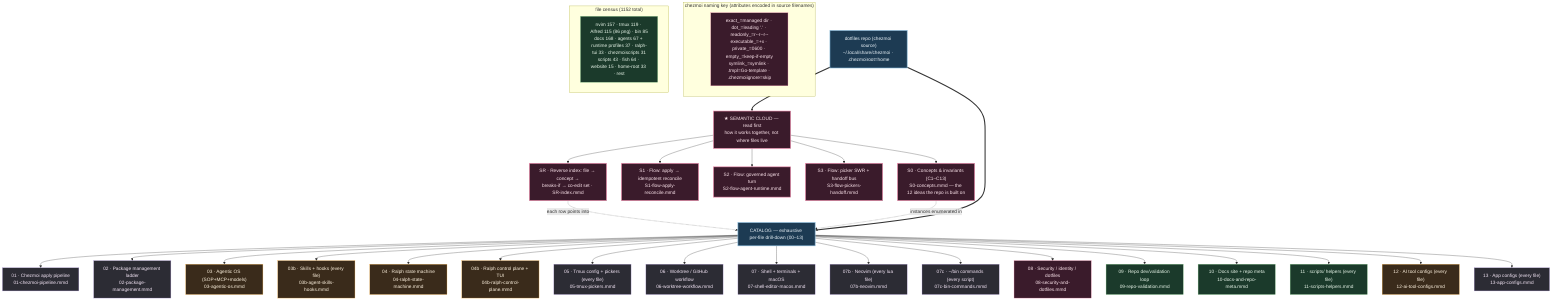
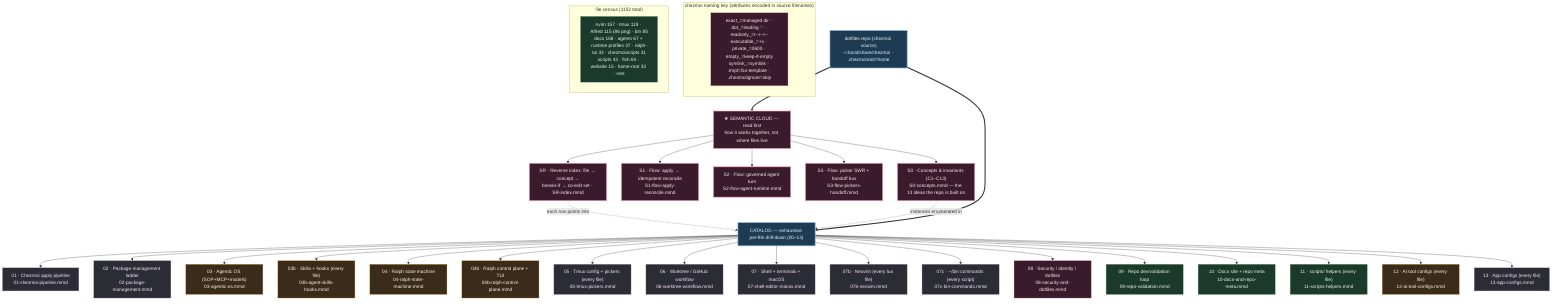
%% ============================================================================
%% 00-overview.mmd — Master navigation map for kapral18/dotfiles
%% TWO LAYERS:
%%   SEMANTIC CLOUD (read first) — how the system THINKS: concepts+invariants
%%     (S0), cross-cutting flows (S1/S2/S3), and a reverse index (SR) that maps
%%     any file to its concept, blast radius, and co-edit set.
%%   CATALOG (drill-down) — how the system is LAID OUT: 00-13 enumerate every
%%     one of the 1152 tracked files by exact chezmoi source path.
%% `home/` is chezmoi source deployed to $HOME; scripts/tools/website/docs are
%% repo-side (NOT deployed). Each node → a deeper .mmd.
%% ============================================================================
graph TD
    classDef entry fill:#1d3b53,stroke:#7fb3d5,color:#eaf2f8,stroke-width:2px;
    classDef sys fill:#2c2c34,stroke:#b39ddb,color:#f3e5f5;
    classDef ai fill:#3a2b1b,stroke:#ffb74d,color:#fff3e0;
    classDef repo fill:#1b3a2b,stroke:#81c784,color:#e8f5e9;
    classDef data fill:#3a1b2b,stroke:#f48fb1,color:#fce4ec;
    classDef sem fill:#3a1b2b,stroke:#f48fb1,color:#fce4ec,stroke-width:2px;

    ROOT["dotfiles repo (chezmoi source)<br/>~/.local/share/chezmoi · .chezmoiroot=home"]:::entry

    %% ---- SEMANTIC LAYER (read before the catalog) --------------------------
    ROOT ==> SEMHEAD["★ SEMANTIC CLOUD — read first<br/>how it works together, not where files live"]:::sem
-     SEMHEAD --> S0["S0 · Concepts & invariants (C1–C13)<br/>S0-concepts.mmd — the 12 ideas the repo is built on"]:::sem
+     SEMHEAD --> S0["S0 · Concepts & invariants (C1–C13)<br/>S0-concepts.mmd — the 13 ideas the repo is built on"]:::sem
    SEMHEAD --> S1["S1 · Flow: apply → idempotent reconcile<br/>S1-flow-apply-reconcile.mmd"]:::sem
    SEMHEAD --> S2["S2 · Flow: governed agent turn<br/>S2-flow-agent-runtime.mmd"]:::sem
    SEMHEAD --> S3["S3 · Flow: picker SWR + handoff bus<br/>S3-flow-pickers-handoff.mmd"]:::sem
    SEMHEAD --> SR["SR · Reverse index: file → concept →<br/>breaks-if → co-edit set · SR-index.mmd"]:::sem
    SR -. "each row points into" .-> CATHEAD
    S0 -. "instances enumerated in" .-> CATHEAD

    %% ---- CATALOG LAYER (exhaustive per-file drill-down) --------------------
    ROOT ==> CATHEAD["CATALOG — exhaustive per-file drill-down (00–13)"]:::entry

    CATHEAD --> CZ["01 · Chezmoi apply pipeline<br/>01-chezmoi-pipeline.mmd"]:::sys
    CATHEAD --> PKG["02 · Package management ladder<br/>02-package-management.mmd"]:::sys
    CATHEAD --> AIOS["03 · Agentic OS (SOP+MCP+models)<br/>03-agentic-os.mmd"]:::ai
    CATHEAD --> SKILLS["03b · Skills + hooks (every file)<br/>03b-agent-skills-hooks.mmd"]:::ai
    CATHEAD --> RALPH["04 · Ralph state machine<br/>04-ralph-state-machine.mmd"]:::ai
    CATHEAD --> RALPHCP["04b · Ralph control plane + TUI<br/>04b-ralph-control-plane.mmd"]:::ai
    CATHEAD --> TMUX["05 · Tmux config + pickers (every file)<br/>05-tmux-pickers.mmd"]:::sys
    CATHEAD --> WT["06 · Worktree / GitHub workflow<br/>06-worktree-workflow.mmd"]:::sys
    CATHEAD --> SEM["07 · Shell + terminals + macOS<br/>07-shell-editor-macos.mmd"]:::sys
    CATHEAD --> NVIM["07b · Neovim (every lua file)<br/>07b-neovim.mmd"]:::sys
    CATHEAD --> BIN["07c · ~/bin commands (every script)<br/>07c-bin-commands.mmd"]:::sys
    CATHEAD --> SEC["08 · Security / identity / dotfiles<br/>08-security-and-dotfiles.mmd"]:::data
    CATHEAD --> VAL["09 · Repo dev/validation loop<br/>09-repo-validation.mmd"]:::repo
    CATHEAD --> DOCS["10 · Docs site + repo meta<br/>10-docs-and-repo-meta.mmd"]:::repo
    CATHEAD --> SCRIPTS["11 · scripts/ helpers (every file)<br/>11-scripts-helpers.mmd"]:::repo
    CATHEAD --> AICFG["12 · AI tool configs (every file)<br/>12-ai-tool-configs.mmd"]:::ai
    CATHEAD --> APPS["13 · App configs (every file)<br/>13-app-configs.mmd"]:::sys

    subgraph KEY["chezmoi naming key (attributes encoded in source filenames)"]
        K1["exact_=managed dir · dot_=leading '.' · readonly_=r--r--r--<br/>executable_=+x · private_=0600 · empty_=keep-if-empty<br/>symlink_=symlink · .tmpl=Go-template · .chezmoiignore=skip"]:::data
    end

    subgraph COUNTS["file census (1152 total)"]
        C1["nvim 157 · tmux 119 · Alfred 115 (86 png) · bin 85<br/>docs 168 · agents 67 + runtime profiles 37 · ralph-tui 33 · chezmoiscripts 31<br/>scripts 43 · fish 64 · website 15 · home-root 33 · rest"]:::repo
    end
